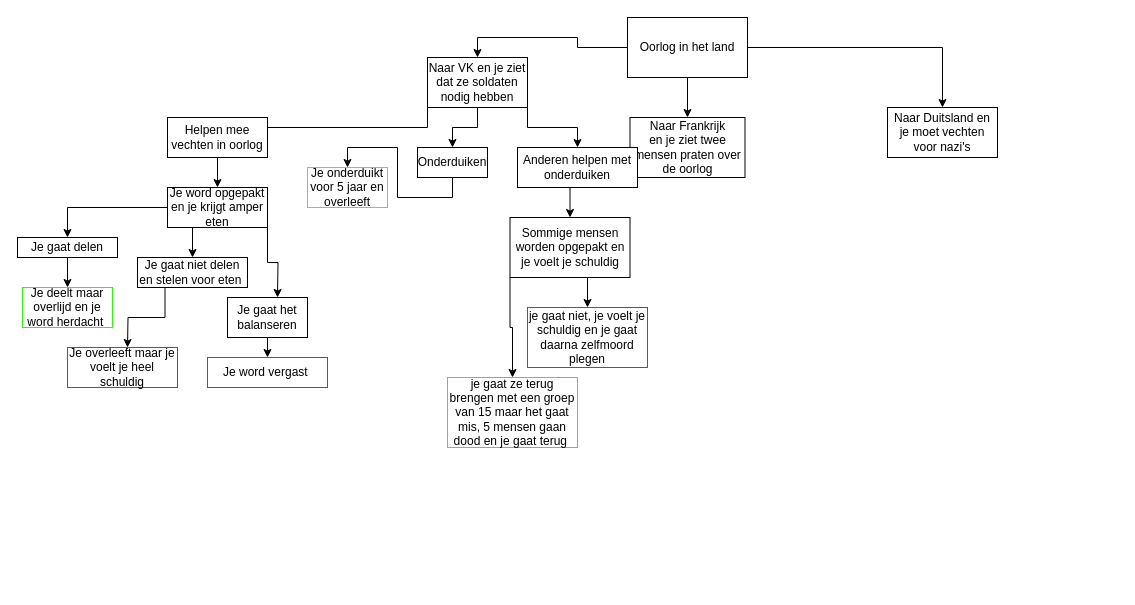
Before: Untitled Diagram.drawio in seanras02/m1Hello.You, a draw.io diagram. Source tidied: cells renumbered, new cells numbered last; positions are measured from the earlier drawing's top-left corner, leaving out a move shared by most shapes. Both pictures are drawn from the tidied source at 100%, with x=0, y=0 at pixel (17, 17).
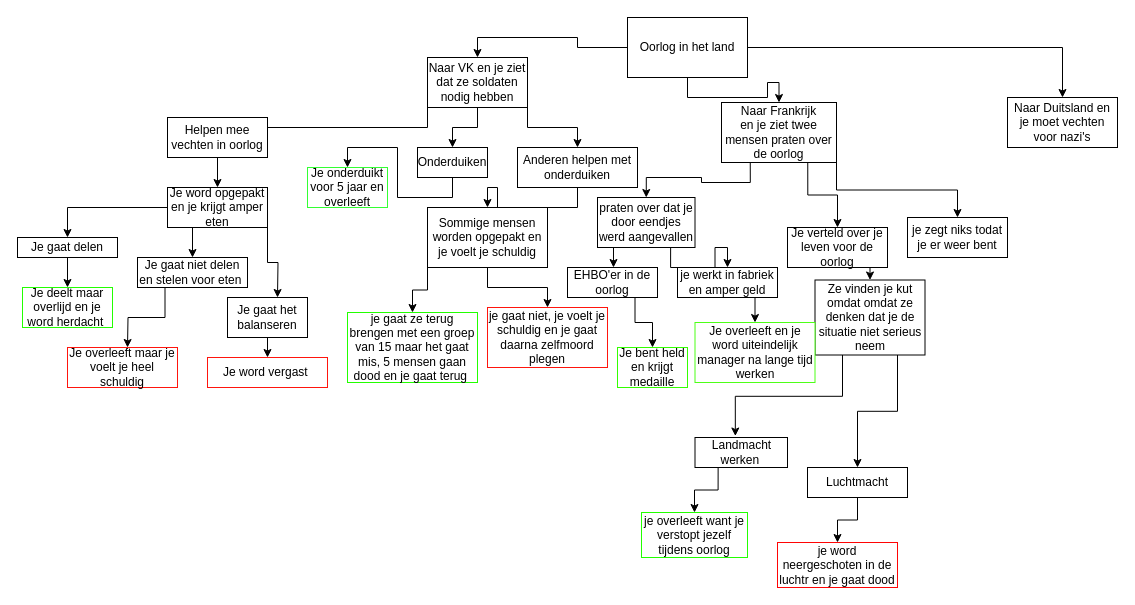
The same page after the edit.

Change to the diagram source:
```diff
@@
+    <mxCell id="38" style="edgeStyle=orthogonalEdgeStyle;rounded=0;jettySize=auto;html=1;exitX=0.25;exitY=1;exitDx=0;exitDy=0;entryX=0.5;entryY=0;entryDx=0;entryDy=0;" parent="1" edge="1" source="10" target="43">
+      <mxGeometry relative="1" as="geometry" />
+    </mxCell>
+    <mxCell id="39" style="edgeStyle=orthogonalEdgeStyle;rounded=0;jettySize=auto;html=1;exitX=0.75;exitY=1;exitDx=0;exitDy=0;entryX=0.5;entryY=0;entryDx=0;entryDy=0;" parent="1" edge="1" source="10" target="45">
+      <mxGeometry relative="1" as="geometry" />
+    </mxCell>
+    <mxCell id="40" style="edgeStyle=orthogonalEdgeStyle;rounded=0;jettySize=auto;html=1;exitX=1;exitY=1;exitDx=0;exitDy=0;entryX=0.5;entryY=0;entryDx=0;entryDy=0;" parent="1" edge="1" source="10" target="46">
+      <mxGeometry relative="1" as="geometry" />
+    </mxCell>
     <mxCell id="10" value="Naar Frankrijk&lt;br&gt;en je ziet twee mensen praten over de oorlog" style="rounded=0;whiteSpace=wrap;html=1;fontFamily=Helvetica;" parent="1" vertex="1">
-      <mxGeometry x="612.5" y="100" width="115" height="60" as="geometry" />
+      <mxGeometry x="704" y="85" width="115" height="60" as="geometry" />
     </mxCell>
     <mxCell id="11" value="Naar Duitsland en je moet vechten voor nazi's" style="rounded=0;whiteSpace=wrap;html=1;fontFamily=Helvetica;" parent="1" vertex="1">
-      <mxGeometry x="870" y="90" width="110" height="50" as="geometry" />
+      <mxGeometry x="990" y="80" width="110" height="50" as="geometry" />
     </mxCell>
@@
     <mxCell id="26" value="Sommige mensen worden opgepakt en je voelt je schuldig" style="rounded=0;whiteSpace=wrap;html=1;strokeColor=#000000;fontFamily=Helvetica;" parent="1" vertex="1">
-      <mxGeometry x="492.5" y="200" width="120" height="60" as="geometry" />
+      <mxGeometry x="410" y="190" width="120" height="60" as="geometry" />
     </mxCell>
     <mxCell id="27" value="je gaat ze terug brengen met een groep van 15 maar het gaat mis, 5 mensen gaan dood en je gaat terug&amp;nbsp;" style="rounded=0;whiteSpace=wrap;html=1;strokeColor=#22FF00;fontFamily=Helvetica;" parent="1" vertex="1">
-      <mxGeometry x="430" y="360" width="130" height="70" as="geometry" />
+      <mxGeometry x="330" y="295" width="130" height="70" as="geometry" />
     </mxCell>
     <mxCell id="28" value="je gaat niet, je voelt je schuldig en je gaat daarna zelfmoord plegen" style="rounded=0;whiteSpace=wrap;html=1;strokeColor=#FF150D;fontFamily=Helvetica;" parent="1" vertex="1">
-      <mxGeometry x="510" y="290" width="120" height="60" as="geometry" />
+      <mxGeometry x="470" y="290" width="120" height="60" as="geometry" />
     </mxCell>
@@
+    <mxCell id="41" style="edgeStyle=orthogonalEdgeStyle;rounded=0;jettySize=auto;html=1;exitX=0.5;exitY=1;exitDx=0;exitDy=0;entryX=0.511;entryY=0;entryDx=0;entryDy=0;entryPerimeter=0;" parent="1" edge="1" source="43" target="48">
+      <mxGeometry relative="1" as="geometry" />
+    </mxCell>
+    <mxCell id="42" style="edgeStyle=orthogonalEdgeStyle;rounded=0;jettySize=auto;html=1;exitX=0.75;exitY=1;exitDx=0;exitDy=0;entryX=0.5;entryY=0;entryDx=0;entryDy=0;" parent="1" edge="1" source="43" target="50">
+      <mxGeometry relative="1" as="geometry" />
+    </mxCell>
+    <mxCell id="43" value="praten over dat je door eendjes werd aangevallen" style="rounded=0;whiteSpace=wrap;html=1;" parent="1" vertex="1">
+      <mxGeometry x="580" y="180" width="97.5" height="50" as="geometry" />
+    </mxCell>
+    <mxCell id="44" style="edgeStyle=orthogonalEdgeStyle;rounded=0;jettySize=auto;html=1;exitX=0.5;exitY=1;exitDx=0;exitDy=0;entryX=0.5;entryY=0;entryDx=0;entryDy=0;" parent="1" edge="1" source="45" target="53">
+      <mxGeometry relative="1" as="geometry" />
+    </mxCell>
+    <mxCell id="45" value="Je verteld over je leven voor de oorlog" style="rounded=0;whiteSpace=wrap;html=1;" parent="1" vertex="1">
+      <mxGeometry x="770" y="210" width="100" height="40" as="geometry" />
+    </mxCell>
+    <mxCell id="46" value="je zegt niks todat je er weer bent" style="rounded=0;whiteSpace=wrap;html=1;" parent="1" vertex="1">
+      <mxGeometry x="890" y="200" width="100" height="40" as="geometry" />
+    </mxCell>
+    <mxCell id="47" style="edgeStyle=orthogonalEdgeStyle;rounded=0;jettySize=auto;html=1;exitX=0.75;exitY=1;exitDx=0;exitDy=0;" parent="1" edge="1" source="48" target="55">
+      <mxGeometry relative="1" as="geometry" />
+    </mxCell>
+    <mxCell id="48" value="EHBO'er in de oorlog" style="rounded=0;whiteSpace=wrap;html=1;" parent="1" vertex="1">
+      <mxGeometry x="550" y="250" width="90" height="30" as="geometry" />
+    </mxCell>
+    <mxCell id="49" style="edgeStyle=orthogonalEdgeStyle;rounded=0;jettySize=auto;html=1;exitX=0.5;exitY=1;exitDx=0;exitDy=0;entryX=0.5;entryY=0;entryDx=0;entryDy=0;" parent="1" edge="1" source="50" target="54">
+      <mxGeometry relative="1" as="geometry" />
+    </mxCell>
+    <mxCell id="50" value="je werkt in fabriek en amper geld" style="rounded=0;whiteSpace=wrap;html=1;" parent="1" vertex="1">
+      <mxGeometry x="660" y="250" width="100" height="30" as="geometry" />
+    </mxCell>
+    <mxCell id="51" style="edgeStyle=orthogonalEdgeStyle;rounded=0;jettySize=auto;html=1;exitX=0.25;exitY=1;exitDx=0;exitDy=0;entryX=0.436;entryY=-0.05;entryDx=0;entryDy=0;entryPerimeter=0;" parent="1" edge="1" source="53" target="57">
+      <mxGeometry relative="1" as="geometry" />
+    </mxCell>
+    <mxCell id="52" style="edgeStyle=orthogonalEdgeStyle;rounded=0;jettySize=auto;html=1;exitX=0.75;exitY=1;exitDx=0;exitDy=0;entryX=0.5;entryY=0;entryDx=0;entryDy=0;" parent="1" edge="1" source="53" target="59">
+      <mxGeometry relative="1" as="geometry" />
+    </mxCell>
+    <mxCell id="53" value="Ze vinden je kut omdat omdat ze denken dat je de situatie niet serieus neem" style="rounded=0;whiteSpace=wrap;html=1;strokeColor=#000000;" parent="1" vertex="1">
+      <mxGeometry x="797.5" y="262.5" width="110" height="75" as="geometry" />
+    </mxCell>
+    <mxCell id="54" value="Je overleeft en je word uiteindelijk manager na lange tijd werken" style="rounded=0;whiteSpace=wrap;html=1;strokeColor=#4DFF17;" parent="1" vertex="1">
+      <mxGeometry x="677.5" y="305" width="120" height="60" as="geometry" />
+    </mxCell>
+    <mxCell id="55" value="Je bent held en krijgt medaille" style="rounded=0;whiteSpace=wrap;html=1;strokeColor=#33FF00;" parent="1" vertex="1">
+      <mxGeometry x="600" y="330" width="70" height="40" as="geometry" />
+    </mxCell>
+    <mxCell id="56" style="edgeStyle=orthogonalEdgeStyle;rounded=0;jettySize=auto;html=1;exitX=0.25;exitY=1;exitDx=0;exitDy=0;" parent="1" edge="1" source="57" target="60">
+      <mxGeometry relative="1" as="geometry" />
+    </mxCell>
+    <mxCell id="57" value="Landmacht werken&amp;nbsp;" style="rounded=0;whiteSpace=wrap;html=1;strokeColor=#000000;" parent="1" vertex="1">
+      <mxGeometry x="677.5" y="420" width="92.5" height="30" as="geometry" />
+    </mxCell>
+    <mxCell id="58" style="edgeStyle=orthogonalEdgeStyle;rounded=0;jettySize=auto;html=1;exitX=0.5;exitY=1;exitDx=0;exitDy=0;" parent="1" edge="1" source="59" target="61">
+      <mxGeometry relative="1" as="geometry" />
+    </mxCell>
+    <mxCell id="59" value="Luchtmacht" style="rounded=0;whiteSpace=wrap;html=1;strokeColor=#000000;" parent="1" vertex="1">
+      <mxGeometry x="790" y="450" width="100" height="30" as="geometry" />
+    </mxCell>
+    <mxCell id="60" value="je overleeft want je verstopt jezelf tijdens oorlog" style="rounded=0;whiteSpace=wrap;html=1;strokeColor=#22FF00;" parent="1" vertex="1">
+      <mxGeometry x="624" y="495" width="106" height="45" as="geometry" />
+    </mxCell>
+    <mxCell id="61" value="je word neergeschoten in de luchtr en je gaat dood" style="rounded=0;whiteSpace=wrap;html=1;strokeColor=#FF0505;" parent="1" vertex="1">
+      <mxGeometry x="760" y="525" width="120" height="45" as="geometry" />
+    </mxCell>
```
